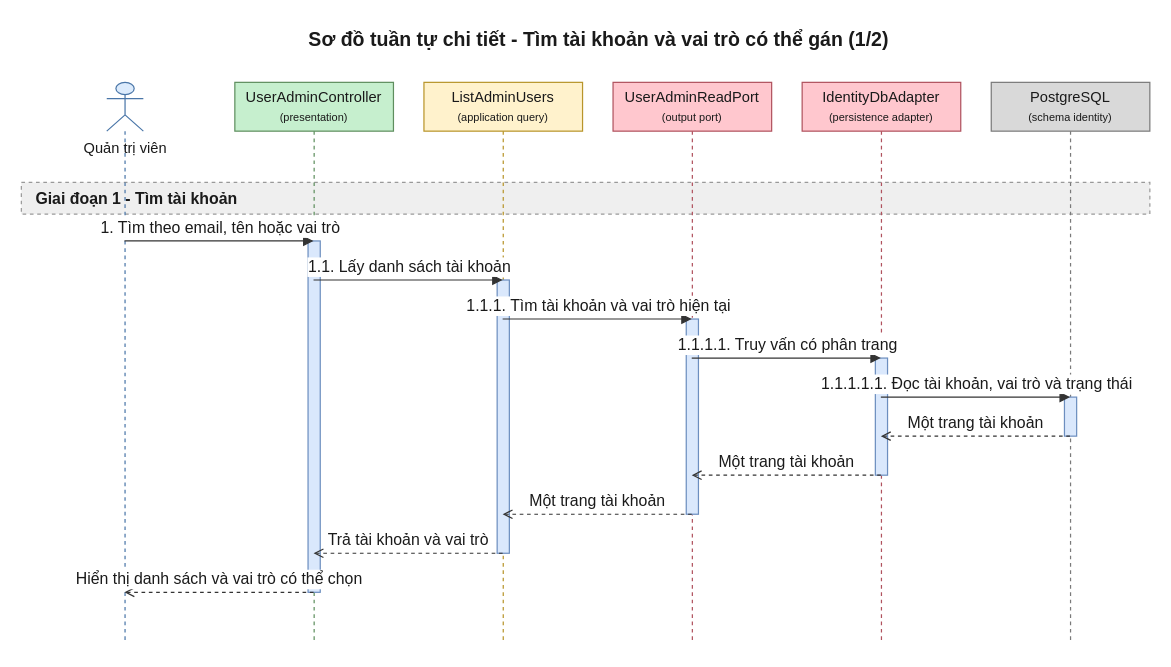
Before: 08-diagram/sequence/admin/sequence_admin_doi_vai_tro_nguoi_dung_p1.drawio in daiphu1801/PRJ_ALGOPREP, a draw.io diagram. Source tidied: cells renumbered, new cells numbered last; positions are measured from the earlier drawing's top-left corner, leaving out a move shared by most shapes. Both pictures are drawn from the tidied source at 122%, with x=0, y=0 at pixel (21, 21).
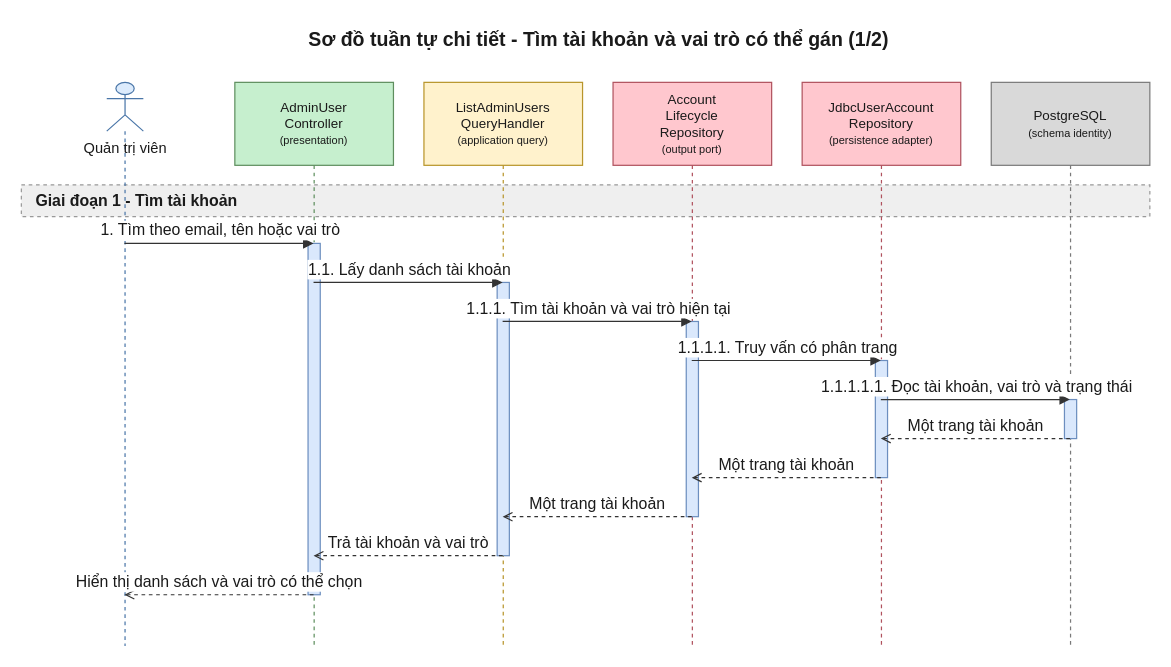
The same diagram, later.

What changed in the source:
```diff
@@
     <mxCell id="3" value="Giai đoạn 1 - Tìm tài khoản" style="algoprep=phase;rounded=0;whiteSpace=wrap;html=1;fillColor=#EFEFEF;strokeColor=#999999;dashed=1;align=left;verticalAlign=middle;spacingLeft=10;fontColor=#1A1A1A;fontSize=13;fontStyle=1;" parent="1" vertex="1">
-      <mxGeometry y="132" width="925" height="26" as="geometry" />
+      <mxGeometry y="134" width="925" height="26" as="geometry" />
     </mxCell>
     <mxCell id="4" value="Quản trị viên" style="shape=umlLifeline;participant=umlActor;perimeter=lifelinePerimeter;html=1;outlineConnect=0;size=40;verticalAlign=top;spacingTop=40;fillColor=#DCEBFC;strokeColor=#4A76A8;fontColor=#1A1A1A;" parent="1" vertex="1">
-      <mxGeometry x="70" y="50" width="30" height="460" as="geometry" />
+      <mxGeometry x="70" y="50" width="30" height="462" as="geometry" />
     </mxCell>
-    <mxCell id="5" value="UserAdminController&lt;br&gt;&lt;font style=&quot;font-size:9px&quot;&gt;(presentation)&lt;/font&gt;" style="shape=umlLifeline;perimeter=lifelinePerimeter;whiteSpace=wrap;html=1;outlineConnect=0;size=40;fillColor=#C6EFCE;strokeColor=#5E8E5E;fontColor=#1A1A1A;" parent="1" vertex="1">
-      <mxGeometry x="175" y="50" width="130" height="460" as="geometry" />
+    <mxCell id="5" value="AdminUser&lt;br&gt;Controller&lt;br&gt;&lt;font style=&quot;font-size:9px&quot;&gt;(presentation)&lt;/font&gt;" style="shape=umlLifeline;perimeter=lifelinePerimeter;whiteSpace=wrap;html=1;outlineConnect=0;size=68;fontSize=11;fillColor=#C6EFCE;strokeColor=#5E8E5E;fontColor=#1A1A1A;" parent="1" vertex="1">
+      <mxGeometry x="175" y="50" width="130" height="462" as="geometry" />
     </mxCell>
-    <mxCell id="6" value="ListAdminUsers&lt;br&gt;&lt;font style=&quot;font-size:9px&quot;&gt;(application query)&lt;/font&gt;" style="shape=umlLifeline;perimeter=lifelinePerimeter;whiteSpace=wrap;html=1;outlineConnect=0;size=40;fillColor=#FFF2CC;strokeColor=#B8952A;fontColor=#1A1A1A;" parent="1" vertex="1">
-      <mxGeometry x="330" y="50" width="130" height="460" as="geometry" />
+    <mxCell id="6" value="ListAdminUsers&lt;br&gt;QueryHandler&lt;br&gt;&lt;font style=&quot;font-size:9px&quot;&gt;(application query)&lt;/font&gt;" style="shape=umlLifeline;perimeter=lifelinePerimeter;whiteSpace=wrap;html=1;outlineConnect=0;size=68;fontSize=11;fillColor=#FFF2CC;strokeColor=#B8952A;fontColor=#1A1A1A;" parent="1" vertex="1">
+      <mxGeometry x="330" y="50" width="130" height="462" as="geometry" />
     </mxCell>
-    <mxCell id="7" value="UserAdminReadPort&lt;br&gt;&lt;font style=&quot;font-size:9px&quot;&gt;(output port)&lt;/font&gt;" style="shape=umlLifeline;perimeter=lifelinePerimeter;whiteSpace=wrap;html=1;outlineConnect=0;size=40;fillColor=#FFC7CE;strokeColor=#B0525E;fontColor=#1A1A1A;" parent="1" vertex="1">
-      <mxGeometry x="485" y="50" width="130" height="460" as="geometry" />
+    <mxCell id="7" value="Account&lt;br&gt;Lifecycle&lt;br&gt;Repository&lt;br&gt;&lt;font style=&quot;font-size:9px&quot;&gt;(output port)&lt;/font&gt;" style="shape=umlLifeline;perimeter=lifelinePerimeter;whiteSpace=wrap;html=1;outlineConnect=0;size=68;fontSize=11;fillColor=#FFC7CE;strokeColor=#B0525E;fontColor=#1A1A1A;" parent="1" vertex="1">
+      <mxGeometry x="485" y="50" width="130" height="462" as="geometry" />
     </mxCell>
-    <mxCell id="8" value="IdentityDbAdapter&lt;br&gt;&lt;font style=&quot;font-size:9px&quot;&gt;(persistence adapter)&lt;/font&gt;" style="shape=umlLifeline;perimeter=lifelinePerimeter;whiteSpace=wrap;html=1;outlineConnect=0;size=40;fillColor=#FFC7CE;strokeColor=#B0525E;fontColor=#1A1A1A;" parent="1" vertex="1">
-      <mxGeometry x="640" y="50" width="130" height="460" as="geometry" />
+    <mxCell id="8" value="JdbcUserAccount&lt;br&gt;Repository&lt;br&gt;&lt;font style=&quot;font-size:9px&quot;&gt;(persistence adapter)&lt;/font&gt;" style="shape=umlLifeline;perimeter=lifelinePerimeter;whiteSpace=wrap;html=1;outlineConnect=0;size=68;fontSize=11;fillColor=#FFC7CE;strokeColor=#B0525E;fontColor=#1A1A1A;" parent="1" vertex="1">
+      <mxGeometry x="640" y="50" width="130" height="462" as="geometry" />
     </mxCell>
-    <mxCell id="9" value="PostgreSQL&lt;br&gt;&lt;font style=&quot;font-size:9px&quot;&gt;(schema identity)&lt;/font&gt;" style="shape=umlLifeline;perimeter=lifelinePerimeter;whiteSpace=wrap;html=1;outlineConnect=0;size=40;fillColor=#D9D9D9;strokeColor=#7A7A7A;fontColor=#1A1A1A;" parent="1" vertex="1">
-      <mxGeometry x="795" y="50" width="130" height="460" as="geometry" />
+    <mxCell id="9" value="PostgreSQL&lt;br&gt;&lt;font style=&quot;font-size:9px&quot;&gt;(schema identity)&lt;/font&gt;" style="shape=umlLifeline;perimeter=lifelinePerimeter;whiteSpace=wrap;html=1;outlineConnect=0;size=68;fontSize=11;fillColor=#D9D9D9;strokeColor=#7A7A7A;fontColor=#1A1A1A;" parent="1" vertex="1">
+      <mxGeometry x="795" y="50" width="130" height="462" as="geometry" />
     </mxCell>
     <mxCell id="10" style="html=1;perimeter=orthogonalPerimeter;targetShapes=umlLifeline;fillColor=#DAE8FC;strokeColor=#6C8EBF;" parent="9" vertex="1">
-      <mxGeometry x="60" y="258" width="10" height="32" as="geometry" />
+      <mxGeometry x="60" y="260" width="10" height="32" as="geometry" />
     </mxCell>
     <mxCell id="11" style="html=1;perimeter=orthogonalPerimeter;targetShapes=umlLifeline;fillColor=#DAE8FC;strokeColor=#6C8EBF;" parent="8" vertex="1">
-      <mxGeometry x="60" y="226" width="10" height="96" as="geometry" />
+      <mxGeometry x="60" y="228" width="10" height="96" as="geometry" />
     </mxCell>
     <mxCell id="12" style="html=1;perimeter=orthogonalPerimeter;targetShapes=umlLifeline;fillColor=#DAE8FC;strokeColor=#6C8EBF;" parent="7" vertex="1">
-      <mxGeometry x="60" y="194" width="10" height="160" as="geometry" />
+      <mxGeometry x="60" y="196" width="10" height="160" as="geometry" />
     </mxCell>
     <mxCell id="13" style="html=1;perimeter=orthogonalPerimeter;targetShapes=umlLifeline;fillColor=#DAE8FC;strokeColor=#6C8EBF;" parent="6" vertex="1">
-      <mxGeometry x="60" y="162" width="10" height="224" as="geometry" />
+      <mxGeometry x="60" y="164" width="10" height="224" as="geometry" />
     </mxCell>
     <mxCell id="14" style="html=1;perimeter=orthogonalPerimeter;targetShapes=umlLifeline;fillColor=#DAE8FC;strokeColor=#6C8EBF;" parent="5" vertex="1">
-      <mxGeometry x="60" y="130" width="10" height="288" as="geometry" />
+      <mxGeometry x="60" y="132" width="10" height="288" as="geometry" />
     </mxCell>
-    <mxCell id="15" value="1. Tìm theo email, tên hoặc vai trò" style="edgeStyle=none;html=1;endArrow=block;endFill=1;strokeColor=#333333;fontColor=#1A1A1A;fontSize=13;verticalAlign=bottom;exitX=0.5;exitY=0.2826;exitDx=0;exitDy=0;entryX=0.5;entryY=0.2826;entryDx=0;entryDy=0;" parent="1" edge="1" source="4" target="5">
+    <mxCell id="15" value="1. Tìm theo email, tên hoặc vai trò" style="edgeStyle=none;html=1;endArrow=block;endFill=1;strokeColor=#333333;fontColor=#1A1A1A;fontSize=13;verticalAlign=bottom;exitX=0.5;exitY=0.2857;exitDx=0;exitDy=0;entryX=0.5;entryY=0.2857;entryDx=0;entryDy=0;" parent="1" edge="1" source="4" target="5">
       <mxGeometry relative="1" as="geometry" />
     </mxCell>
-    <mxCell id="16" value="1.1. Lấy danh sách tài khoản" style="edgeStyle=none;html=1;endArrow=block;endFill=1;strokeColor=#333333;fontColor=#1A1A1A;fontSize=13;verticalAlign=bottom;exitX=0.5;exitY=0.3522;exitDx=0;exitDy=0;entryX=0.5;entryY=0.3522;entryDx=0;entryDy=0;" parent="1" edge="1" source="5" target="6">
+    <mxCell id="16" value="1.1. Lấy danh sách tài khoản" style="edgeStyle=none;html=1;endArrow=block;endFill=1;strokeColor=#333333;fontColor=#1A1A1A;fontSize=13;verticalAlign=bottom;exitX=0.5;exitY=0.3550;exitDx=0;exitDy=0;entryX=0.5;entryY=0.3550;entryDx=0;entryDy=0;" parent="1" edge="1" source="5" target="6">
       <mxGeometry relative="1" as="geometry" />
     </mxCell>
-    <mxCell id="17" value="1.1.1. Tìm tài khoản và vai trò hiện tại" style="edgeStyle=none;html=1;endArrow=block;endFill=1;strokeColor=#333333;fontColor=#1A1A1A;fontSize=13;verticalAlign=bottom;exitX=0.5;exitY=0.4217;exitDx=0;exitDy=0;entryX=0.5;entryY=0.4217;entryDx=0;entryDy=0;" parent="1" edge="1" source="6" target="7">
+    <mxCell id="17" value="1.1.1. Tìm tài khoản và vai trò hiện tại" style="edgeStyle=none;html=1;endArrow=block;endFill=1;strokeColor=#333333;fontColor=#1A1A1A;fontSize=13;verticalAlign=bottom;exitX=0.5;exitY=0.4242;exitDx=0;exitDy=0;entryX=0.5;entryY=0.4242;entryDx=0;entryDy=0;" parent="1" edge="1" source="6" target="7">
       <mxGeometry relative="1" as="geometry" />
     </mxCell>
-    <mxCell id="18" value="1.1.1.1. Truy vấn có phân trang" style="edgeStyle=none;html=1;endArrow=block;endFill=1;strokeColor=#333333;fontColor=#1A1A1A;fontSize=13;verticalAlign=bottom;exitX=0.5;exitY=0.4913;exitDx=0;exitDy=0;entryX=0.5;entryY=0.4913;entryDx=0;entryDy=0;" parent="1" edge="1" source="7" target="8">
+    <mxCell id="18" value="1.1.1.1. Truy vấn có phân trang" style="edgeStyle=none;html=1;endArrow=block;endFill=1;strokeColor=#333333;fontColor=#1A1A1A;fontSize=13;verticalAlign=bottom;exitX=0.5;exitY=0.4935;exitDx=0;exitDy=0;entryX=0.5;entryY=0.4935;entryDx=0;entryDy=0;" parent="1" edge="1" source="7" target="8">
       <mxGeometry relative="1" as="geometry" />
     </mxCell>
-    <mxCell id="19" value="1.1.1.1.1. Đọc tài khoản, vai trò và trạng thái" style="edgeStyle=none;html=1;endArrow=block;endFill=1;strokeColor=#333333;fontColor=#1A1A1A;fontSize=13;verticalAlign=bottom;exitX=0.5;exitY=0.5609;exitDx=0;exitDy=0;entryX=0.5;entryY=0.5609;entryDx=0;entryDy=0;" parent="1" edge="1" source="8" target="9">
+    <mxCell id="19" value="1.1.1.1.1. Đọc tài khoản, vai trò và trạng thái" style="edgeStyle=none;html=1;endArrow=block;endFill=1;strokeColor=#333333;fontColor=#1A1A1A;fontSize=13;verticalAlign=bottom;exitX=0.5;exitY=0.5628;exitDx=0;exitDy=0;entryX=0.5;entryY=0.5628;entryDx=0;entryDy=0;" parent="1" edge="1" source="8" target="9">
       <mxGeometry relative="1" as="geometry" />
     </mxCell>
-    <mxCell id="20" value="Một trang tài khoản" style="edgeStyle=none;html=1;endArrow=open;endFill=0;dashed=1;strokeColor=#333333;fontColor=#1A1A1A;fontSize=13;verticalAlign=bottom;exitX=0.5;exitY=0.6304;exitDx=0;exitDy=0;entryX=0.5;entryY=0.6304;entryDx=0;entryDy=0;" parent="1" edge="1" source="9" target="8">
+    <mxCell id="20" value="Một trang tài khoản" style="edgeStyle=none;html=1;endArrow=open;endFill=0;dashed=1;strokeColor=#333333;fontColor=#1A1A1A;fontSize=13;verticalAlign=bottom;exitX=0.5;exitY=0.6320;exitDx=0;exitDy=0;entryX=0.5;entryY=0.6320;entryDx=0;entryDy=0;" parent="1" edge="1" source="9" target="8">
       <mxGeometry relative="1" as="geometry" />
     </mxCell>
-    <mxCell id="21" value="Một trang tài khoản" style="edgeStyle=none;html=1;endArrow=open;endFill=0;dashed=1;strokeColor=#333333;fontColor=#1A1A1A;fontSize=13;verticalAlign=bottom;exitX=0.5;exitY=0.7000;exitDx=0;exitDy=0;entryX=0.5;entryY=0.7000;entryDx=0;entryDy=0;" parent="1" edge="1" source="8" target="7">
+    <mxCell id="21" value="Một trang tài khoản" style="edgeStyle=none;html=1;endArrow=open;endFill=0;dashed=1;strokeColor=#333333;fontColor=#1A1A1A;fontSize=13;verticalAlign=bottom;exitX=0.5;exitY=0.7013;exitDx=0;exitDy=0;entryX=0.5;entryY=0.7013;entryDx=0;entryDy=0;" parent="1" edge="1" source="8" target="7">
       <mxGeometry relative="1" as="geometry" />
     </mxCell>
-    <mxCell id="22" value="Một trang tài khoản" style="edgeStyle=none;html=1;endArrow=open;endFill=0;dashed=1;strokeColor=#333333;fontColor=#1A1A1A;fontSize=13;verticalAlign=bottom;exitX=0.5;exitY=0.7696;exitDx=0;exitDy=0;entryX=0.5;entryY=0.7696;entryDx=0;entryDy=0;" parent="1" edge="1" source="7" target="6">
+    <mxCell id="22" value="Một trang tài khoản" style="edgeStyle=none;html=1;endArrow=open;endFill=0;dashed=1;strokeColor=#333333;fontColor=#1A1A1A;fontSize=13;verticalAlign=bottom;exitX=0.5;exitY=0.7706;exitDx=0;exitDy=0;entryX=0.5;entryY=0.7706;entryDx=0;entryDy=0;" parent="1" edge="1" source="7" target="6">
       <mxGeometry relative="1" as="geometry" />
     </mxCell>
-    <mxCell id="23" value="Trả tài khoản và vai trò" style="edgeStyle=none;html=1;endArrow=open;endFill=0;dashed=1;strokeColor=#333333;fontColor=#1A1A1A;fontSize=13;verticalAlign=bottom;exitX=0.5;exitY=0.8391;exitDx=0;exitDy=0;entryX=0.5;entryY=0.8391;entryDx=0;entryDy=0;" parent="1" edge="1" source="6" target="5">
+    <mxCell id="23" value="Trả tài khoản và vai trò" style="edgeStyle=none;html=1;endArrow=open;endFill=0;dashed=1;strokeColor=#333333;fontColor=#1A1A1A;fontSize=13;verticalAlign=bottom;exitX=0.5;exitY=0.8398;exitDx=0;exitDy=0;entryX=0.5;entryY=0.8398;entryDx=0;entryDy=0;" parent="1" edge="1" source="6" target="5">
       <mxGeometry relative="1" as="geometry" />
     </mxCell>
-    <mxCell id="24" value="Hiển thị danh sách và vai trò có thể chọn" style="edgeStyle=none;html=1;endArrow=open;endFill=0;dashed=1;strokeColor=#333333;fontColor=#1A1A1A;fontSize=13;verticalAlign=bottom;exitX=0.5;exitY=0.9087;exitDx=0;exitDy=0;entryX=0.5;entryY=0.9087;entryDx=0;entryDy=0;" parent="1" edge="1" source="5" target="4">
+    <mxCell id="24" value="Hiển thị danh sách và vai trò có thể chọn" style="edgeStyle=none;html=1;endArrow=open;endFill=0;dashed=1;strokeColor=#333333;fontColor=#1A1A1A;fontSize=13;verticalAlign=bottom;exitX=0.5;exitY=0.9091;exitDx=0;exitDy=0;entryX=0.5;entryY=0.9091;entryDx=0;entryDy=0;" parent="1" edge="1" source="5" target="4">
       <mxGeometry relative="1" as="geometry" />
     </mxCell>
```
